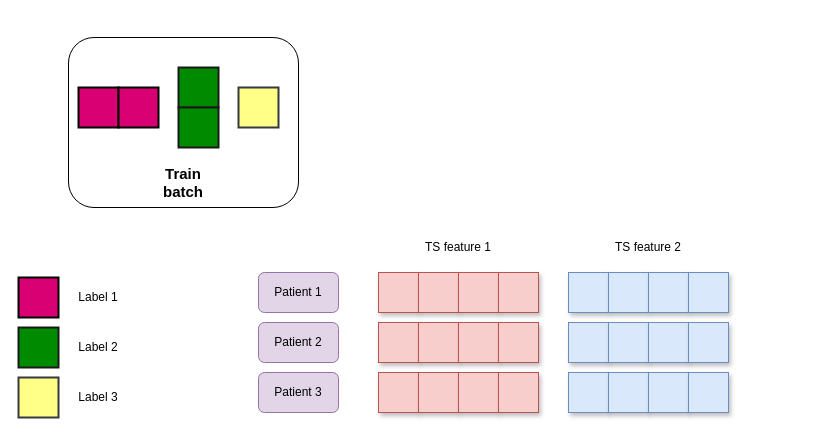
Before: diagrams/TabPFNStratified.drawio in Jeremstym/pretrainingTSPFN, a draw.io diagram. Source tidied: cells renumbered, new cells numbered last; positions are measured from the earlier drawing's top-left corner, leaving out a move shared by most shapes. Both pictures are drawn from the tidied source at 100%, with x=0, y=0 at pixel (18, 37).
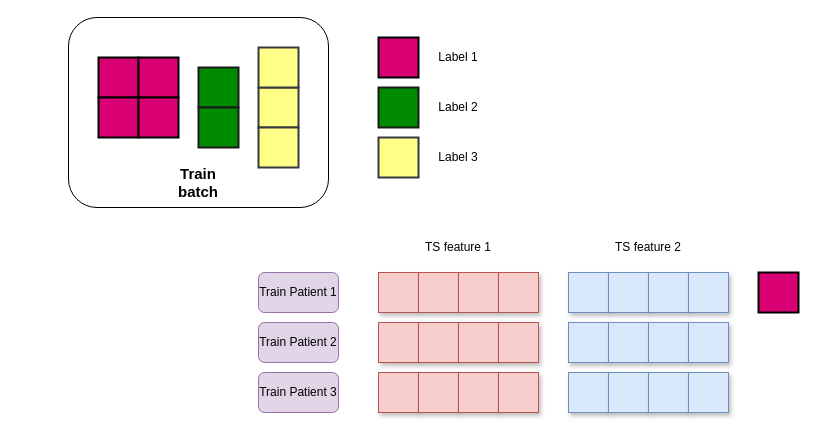
After the change.

Commit message (it also covers changes not shown here):
Mettre à jour TabPFNStratified.drawio

What changed in the source:
```diff
@@
     <mxCell id="2" style="rounded=0;whiteSpace=wrap;html=1;fillColor=#d80073;fontColor=#ffffff;strokeColor=light-dark(#000000, #ffa9e0);strokeWidth=2;" parent="1" vertex="1">
-      <mxGeometry y="240" width="40" height="40" as="geometry" />
+      <mxGeometry x="360" width="40" height="40" as="geometry" />
     </mxCell>
     <mxCell id="3" value="Label 1" style="text;html=1;whiteSpace=wrap;strokeColor=none;fillColor=none;align=center;verticalAlign=middle;rounded=0;" parent="1" vertex="1">
-      <mxGeometry x="50" y="245" width="60" height="30" as="geometry" />
+      <mxGeometry x="410" y="5" width="60" height="30" as="geometry" />
     </mxCell>
     <mxCell id="4" value="Label 2" style="text;html=1;whiteSpace=wrap;strokeColor=none;fillColor=none;align=center;verticalAlign=middle;rounded=0;" parent="1" vertex="1">
-      <mxGeometry x="50" y="295" width="60" height="30" as="geometry" />
+      <mxGeometry x="410" y="55" width="60" height="30" as="geometry" />
     </mxCell>
     <mxCell id="5" value="Label 3" style="text;html=1;whiteSpace=wrap;strokeColor=none;fillColor=none;align=center;verticalAlign=middle;rounded=0;" parent="1" vertex="1">
-      <mxGeometry x="50" y="345" width="60" height="30" as="geometry" />
+      <mxGeometry x="410" y="105" width="60" height="30" as="geometry" />
     </mxCell>
     <mxCell id="6" style="rounded=0;whiteSpace=wrap;html=1;fillColor=#008a00;fontColor=#ffffff;strokeColor=#1A1A1A;strokeWidth=2;" parent="1" vertex="1">
-      <mxGeometry y="290" width="40" height="40" as="geometry" />
+      <mxGeometry x="360" y="50" width="40" height="40" as="geometry" />
     </mxCell>
     <mxCell id="7" style="rounded=0;whiteSpace=wrap;html=1;fillColor=#ffff88;strokeColor=#36393d;strokeWidth=2;" parent="1" vertex="1">
-      <mxGeometry y="340" width="40" height="40" as="geometry" />
+      <mxGeometry x="360" y="100" width="40" height="40" as="geometry" />
     </mxCell>
-    <mxCell id="8" value="Patient 1" style="rounded=1;whiteSpace=wrap;html=1;fillColor=#e1d5e7;strokeColor=#9673a6;" parent="1" vertex="1">
+    <mxCell id="8" value="Train Patient 1" style="rounded=1;whiteSpace=wrap;html=1;fillColor=#e1d5e7;strokeColor=#9673a6;" parent="1" vertex="1">
       <mxGeometry x="240" y="235" width="80" height="40" as="geometry" />
     </mxCell>
-    <mxCell id="9" value="Patient 2" style="rounded=1;whiteSpace=wrap;html=1;fillColor=#e1d5e7;strokeColor=#9673a6;" parent="1" vertex="1">
+    <mxCell id="9" value="Train Patient 2" style="rounded=1;whiteSpace=wrap;html=1;fillColor=#e1d5e7;strokeColor=#9673a6;" parent="1" vertex="1">
       <mxGeometry x="240" y="285" width="80" height="40" as="geometry" />
     </mxCell>
-    <mxCell id="10" value="Patient 3" style="rounded=1;whiteSpace=wrap;html=1;fillColor=#e1d5e7;strokeColor=#9673a6;" parent="1" vertex="1">
+    <mxCell id="10" value="Train Patient 3" style="rounded=1;whiteSpace=wrap;html=1;fillColor=#e1d5e7;strokeColor=#9673a6;" parent="1" vertex="1">
       <mxGeometry x="240" y="335" width="80" height="40" as="geometry" />
     </mxCell>
@@
     <mxCell id="37" style="rounded=1;whiteSpace=wrap;html=1;" parent="1" vertex="1">
-      <mxGeometry x="50" width="230" height="170" as="geometry" />
+      <mxGeometry x="50" y="-20" width="260" height="190" as="geometry" />
     </mxCell>
     <mxCell id="38" style="rounded=0;whiteSpace=wrap;html=1;fillColor=#d80073;fontColor=#ffffff;strokeColor=light-dark(#000000, #ffa9e0);strokeWidth=2;" parent="1" vertex="1">
-      <mxGeometry x="60" y="50" width="40" height="40" as="geometry" />
+      <mxGeometry x="80" y="20" width="40" height="40" as="geometry" />
     </mxCell>
     <mxCell id="39" style="rounded=0;whiteSpace=wrap;html=1;fillColor=#d80073;fontColor=#ffffff;strokeColor=light-dark(#000000, #ffa9e0);strokeWidth=2;" parent="1" vertex="1">
-      <mxGeometry x="100" y="50" width="40" height="40" as="geometry" />
+      <mxGeometry x="120" y="20" width="40" height="40" as="geometry" />
     </mxCell>
     <mxCell id="40" style="rounded=0;whiteSpace=wrap;html=1;fillColor=#008a00;fontColor=#ffffff;strokeColor=#1A1A1A;strokeWidth=2;" parent="1" vertex="1">
-      <mxGeometry x="160" y="30" width="40" height="40" as="geometry" />
+      <mxGeometry x="180" y="30" width="40" height="40" as="geometry" />
     </mxCell>
     <mxCell id="41" style="rounded=0;whiteSpace=wrap;html=1;fillColor=#008a00;fontColor=#ffffff;strokeColor=#1A1A1A;strokeWidth=2;" parent="1" vertex="1">
-      <mxGeometry x="160" y="70" width="40" height="40" as="geometry" />
+      <mxGeometry x="180" y="70" width="40" height="40" as="geometry" />
     </mxCell>
     <mxCell id="42" style="rounded=0;whiteSpace=wrap;html=1;fillColor=#ffff88;strokeColor=#36393d;strokeWidth=2;" parent="1" vertex="1">
-      <mxGeometry x="220" y="50" width="40" height="40" as="geometry" />
+      <mxGeometry x="240" y="50" width="40" height="40" as="geometry" />
     </mxCell>
     <mxCell id="43" value="&lt;font style=&quot;font-size: 15px;&quot;&gt;&lt;b&gt;Train batch&lt;/b&gt;&lt;/font&gt;" style="text;html=1;whiteSpace=wrap;strokeColor=none;fillColor=none;align=center;verticalAlign=middle;rounded=0;" parent="1" vertex="1">
-      <mxGeometry x="135" y="130" width="60" height="30" as="geometry" />
+      <mxGeometry x="150" y="130" width="60" height="30" as="geometry" />
     </mxCell>
+    <mxCell id="44" style="rounded=0;whiteSpace=wrap;html=1;fillColor=#d80073;fontColor=#ffffff;strokeColor=light-dark(#000000, #ffa9e0);strokeWidth=2;" parent="1" vertex="1">
+      <mxGeometry x="80" y="60" width="40" height="40" as="geometry" />
+    </mxCell>
+    <mxCell id="45" style="rounded=0;whiteSpace=wrap;html=1;fillColor=#d80073;fontColor=#ffffff;strokeColor=light-dark(#000000, #ffa9e0);strokeWidth=2;" parent="1" vertex="1">
+      <mxGeometry x="120" y="60" width="40" height="40" as="geometry" />
+    </mxCell>
+    <mxCell id="46" style="rounded=0;whiteSpace=wrap;html=1;fillColor=#ffff88;strokeColor=#36393d;strokeWidth=2;" parent="1" vertex="1">
+      <mxGeometry x="240" y="90" width="40" height="40" as="geometry" />
+    </mxCell>
+    <mxCell id="47" style="rounded=0;whiteSpace=wrap;html=1;fillColor=#ffff88;strokeColor=#36393d;strokeWidth=2;" parent="1" vertex="1">
+      <mxGeometry x="240" y="10" width="40" height="40" as="geometry" />
+    </mxCell>
+    <mxCell id="48" style="rounded=0;whiteSpace=wrap;html=1;fillColor=#d80073;fontColor=#ffffff;strokeColor=light-dark(#000000, #ffa9e0);strokeWidth=2;" parent="1" vertex="1">
+      <mxGeometry x="740" y="235" width="40" height="40" as="geometry" />
+    </mxCell>
```
